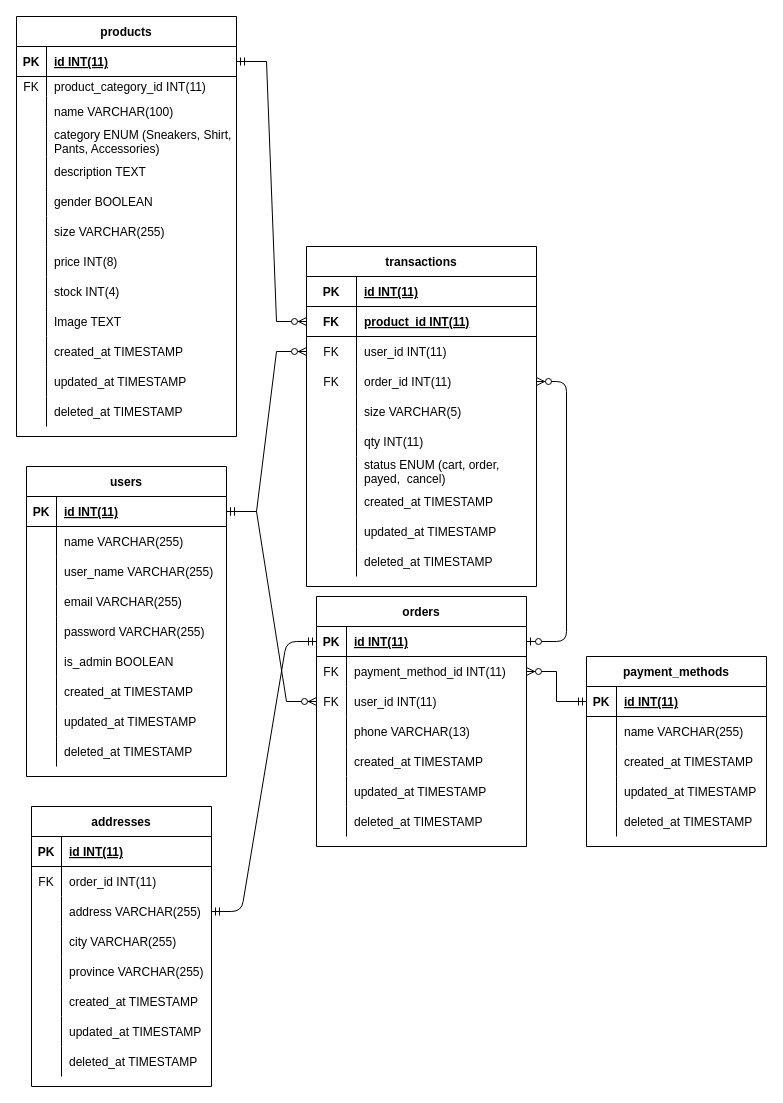
Earlier version of the draw.io diagram ERD/ERD Olshop.drawio (e-commerce-group-1/BE). Source tidied: cells renumbered, new cells numbered last; positions are measured from the earlier drawing's top-left corner, leaving out a move shared by most shapes. Both pictures are drawn from the tidied source at 100%, with x=0, y=0 at pixel (16, 16).
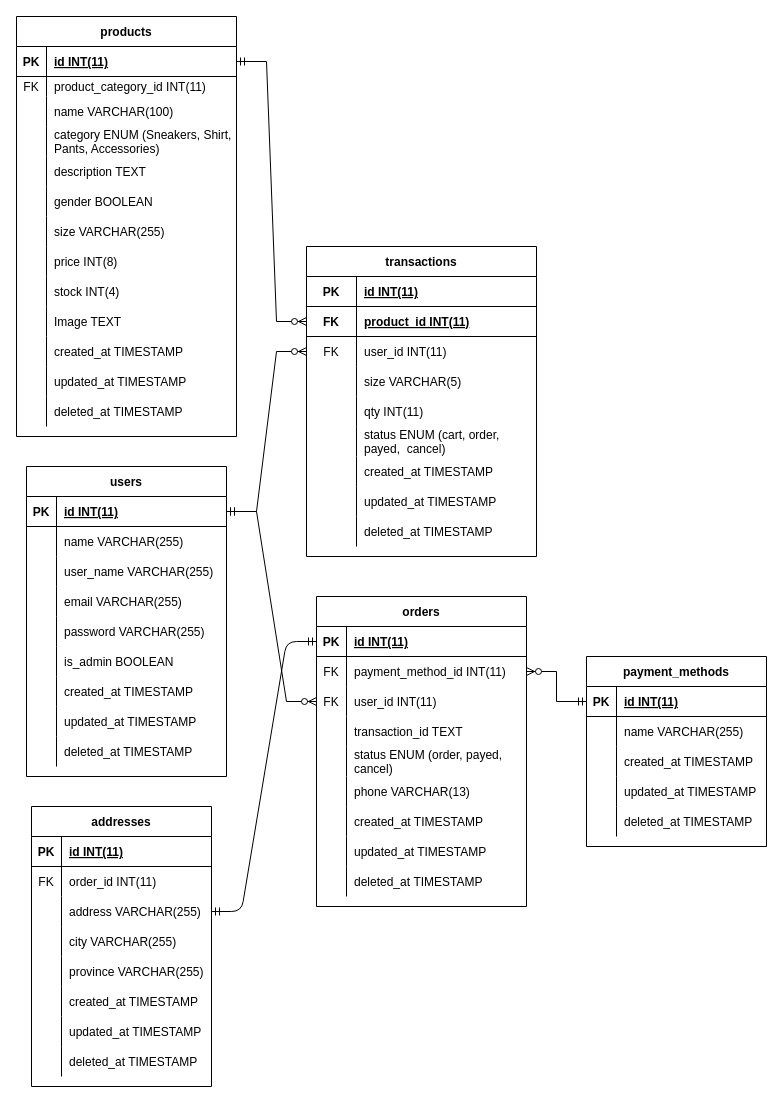
The same page after the edit.

Commit message:
delete relationship transactions and orders table

The change refers to these unchanged cells:
```xml
<mxCell id="145" style="shape=tableRow;horizontal=0;startSize=0;swimlaneHead=0;swimlaneBody=0;fillColor=none;points=[[0,0.5],[1,0.5]];portConstraint=eastwest;top=0;left=0;right=0;bottom=1;" parent="144" vertex="1">
  <mxGeometry y="30" width="210" height="30" as="geometry" />
</mxCell>
```

Change to the diagram source:
```diff
@@
     <mxCell id="86" value="transactions" style="shape=table;startSize=30;childLayout=tableLayout;rowLines=0;fontStyle=1;align=center;" parent="1" vertex="1">
-      <mxGeometry x="290" y="230" width="230" height="340" as="geometry" />
+      <mxGeometry x="290" y="230" width="230" height="310" as="geometry" />
     </mxCell>
@@
-    <mxCell id="96" style="shape=tableRow;horizontal=0;startSize=0;swimlaneHead=0;swimlaneBody=0;fillColor=none;points=[[0,0.5],[1,0.5]];portConstraint=eastwest;top=0;left=0;right=0;bottom=0;" parent="86" vertex="1">
-      <mxGeometry y="120" width="230" height="30" as="geometry" />
-    </mxCell>
-    <mxCell id="97" value="FK" style="shape=partialRectangle;fillColor=none;top=0;left=0;bottom=0;right=0;fontStyle=0;overflow=hidden;" parent="96" vertex="1">
-      <mxGeometry width="50" height="30" as="geometry" />
-    </mxCell>
-    <mxCell id="98" value="order_id INT(11)" style="shape=partialRectangle;fillColor=none;top=0;left=0;bottom=0;right=0;align=left;spacingLeft=6;fontStyle=0;overflow=hidden;" parent="96" vertex="1">
-      <mxGeometry x="50" width="180" height="30" as="geometry" />
-    </mxCell>
     <mxCell id="99" style="shape=tableRow;horizontal=0;startSize=0;swimlaneHead=0;swimlaneBody=0;fillColor=none;top=0;left=0;right=0;bottom=0;" parent="86" vertex="1">
-      <mxGeometry y="150" width="230" height="30" as="geometry" />
+      <mxGeometry y="120" width="230" height="30" as="geometry" />
     </mxCell>
@@
     <mxCell id="102" style="shape=tableRow;horizontal=0;startSize=0;swimlaneHead=0;swimlaneBody=0;fillColor=none;top=0;left=0;right=0;bottom=0;" parent="86" vertex="1">
-      <mxGeometry y="180" width="230" height="30" as="geometry" />
+      <mxGeometry y="150" width="230" height="30" as="geometry" />
     </mxCell>
@@
     <mxCell id="105" style="shape=tableRow;horizontal=0;startSize=0;swimlaneHead=0;swimlaneBody=0;fillColor=none;top=0;left=0;right=0;bottom=0;" parent="86" vertex="1">
-      <mxGeometry y="210" width="230" height="30" as="geometry" />
+      <mxGeometry y="180" width="230" height="30" as="geometry" />
     </mxCell>
@@
     <mxCell id="108" style="shape=tableRow;horizontal=0;startSize=0;swimlaneHead=0;swimlaneBody=0;fillColor=none;top=0;left=0;right=0;bottom=0;" parent="86" vertex="1">
-      <mxGeometry y="240" width="230" height="30" as="geometry" />
+      <mxGeometry y="210" width="230" height="30" as="geometry" />
     </mxCell>
@@
     <mxCell id="111" style="shape=tableRow;horizontal=0;startSize=0;swimlaneHead=0;swimlaneBody=0;fillColor=none;top=0;left=0;right=0;bottom=0;" parent="86" vertex="1">
-      <mxGeometry y="270" width="230" height="30" as="geometry" />
+      <mxGeometry y="240" width="230" height="30" as="geometry" />
     </mxCell>
@@
     <mxCell id="114" style="shape=tableRow;horizontal=0;startSize=0;swimlaneHead=0;swimlaneBody=0;fillColor=none;top=0;left=0;right=0;bottom=0;" parent="86" vertex="1">
-      <mxGeometry y="300" width="230" height="30" as="geometry" />
+      <mxGeometry y="270" width="230" height="30" as="geometry" />
     </mxCell>
@@
     <mxCell id="144" value="orders" style="shape=table;startSize=30;childLayout=tableLayout;rowLines=0;fontStyle=1;align=center;" parent="1" vertex="1">
-      <mxGeometry x="300" y="580" width="210" height="250" as="geometry" />
+      <mxGeometry x="300" y="580" width="210" height="310" as="geometry" />
     </mxCell>
@@
+    <mxCell id="169" style="shape=tableRow;horizontal=0;startSize=0;swimlaneHead=0;swimlaneBody=0;fillColor=none;top=0;left=0;right=0;bottom=0;" parent="144" vertex="1">
+      <mxGeometry y="120" width="210" height="30" as="geometry" />
+    </mxCell>
+    <mxCell id="170" style="shape=partialRectangle;fillColor=none;top=0;left=0;bottom=0;right=0;overflow=hidden;" parent="169" vertex="1">
+      <mxGeometry width="30" height="30" as="geometry" />
+    </mxCell>
+    <mxCell id="171" value="transaction_id TEXT" style="shape=partialRectangle;fillColor=none;top=0;left=0;bottom=0;right=0;align=left;spacingLeft=6;overflow=hidden;" parent="169" vertex="1">
+      <mxGeometry x="30" width="180" height="30" as="geometry" />
+    </mxCell>
+    <mxCell id="172" style="shape=tableRow;horizontal=0;startSize=0;swimlaneHead=0;swimlaneBody=0;fillColor=none;top=0;left=0;right=0;bottom=0;" parent="144" vertex="1">
+      <mxGeometry y="150" width="210" height="30" as="geometry" />
+    </mxCell>
+    <mxCell id="173" style="shape=partialRectangle;fillColor=none;top=0;left=0;bottom=0;right=0;overflow=hidden;" parent="172" vertex="1">
+      <mxGeometry width="30" height="30" as="geometry" />
+    </mxCell>
+    <mxCell id="174" value="status ENUM (order, payed,&#10;cancel)" style="shape=partialRectangle;fillColor=none;top=0;left=0;bottom=0;right=0;align=left;spacingLeft=6;overflow=hidden;" parent="172" vertex="1">
+      <mxGeometry x="30" width="180" height="30" as="geometry" />
+    </mxCell>
     <mxCell id="154" style="shape=tableRow;horizontal=0;startSize=0;swimlaneHead=0;swimlaneBody=0;fillColor=none;top=0;left=0;right=0;bottom=0;" parent="144" vertex="1">
-      <mxGeometry y="120" width="210" height="30" as="geometry" />
+      <mxGeometry y="180" width="210" height="30" as="geometry" />
     </mxCell>
@@
     <mxCell id="157" style="shape=tableRow;horizontal=0;startSize=0;swimlaneHead=0;swimlaneBody=0;fillColor=none;top=0;left=0;right=0;bottom=0;" parent="144" vertex="1">
-      <mxGeometry y="150" width="210" height="30" as="geometry" />
+      <mxGeometry y="210" width="210" height="30" as="geometry" />
     </mxCell>
@@
     <mxCell id="160" style="shape=tableRow;horizontal=0;startSize=0;swimlaneHead=0;swimlaneBody=0;fillColor=none;top=0;left=0;right=0;bottom=0;" parent="144" vertex="1">
-      <mxGeometry y="180" width="210" height="30" as="geometry" />
+      <mxGeometry y="240" width="210" height="30" as="geometry" />
     </mxCell>
@@
     <mxCell id="163" style="shape=tableRow;horizontal=0;startSize=0;swimlaneHead=0;swimlaneBody=0;fillColor=none;top=0;left=0;right=0;bottom=0;" parent="144" vertex="1">
-      <mxGeometry y="210" width="210" height="30" as="geometry" />
+      <mxGeometry y="270" width="210" height="30" as="geometry" />
     </mxCell>
@@
-    <mxCell id="169" style="edgeStyle=entityRelationEdgeStyle;fontSize=12;html=1;endArrow=ERzeroToMany;startArrow=ERzeroToOne;" parent="1" edge="1" source="145" target="96">
-      <mxGeometry relative="1" as="geometry" />
-    </mxCell>
```
